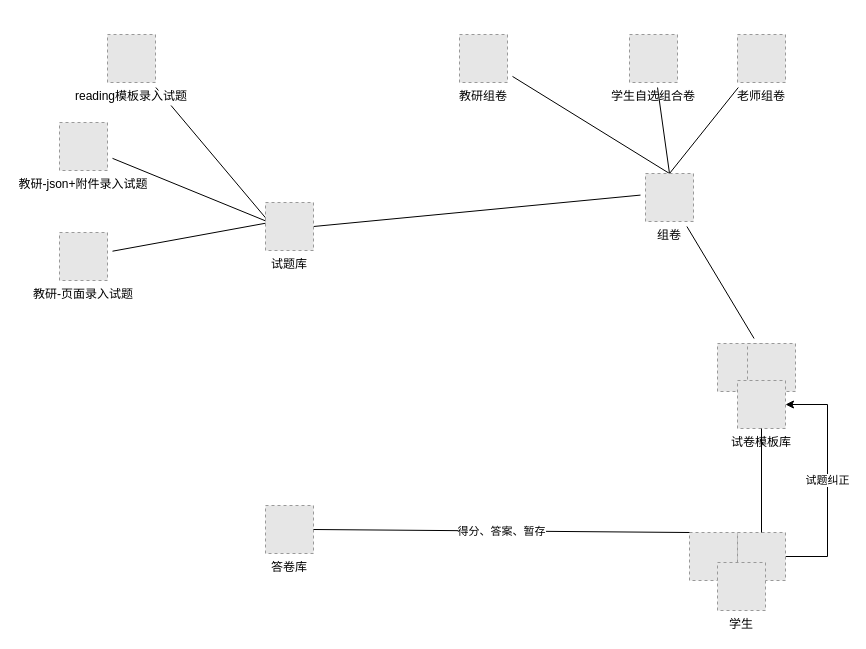
DuFuVeryBusy/Diagram keeps this draw.io diagram as diagram/Untitled Diagram.drawio. Above is the earlier version. Source tidied: cells renumbered, new cells numbered last; positions are measured from the earlier drawing's top-left corner, leaving out a move shared by most shapes. Both pictures are drawn from the tidied source at 100%, with x=0, y=0 at pixel (59, 34). Pictures stored in the file or linked from it are replaced by grey dashed boxes.
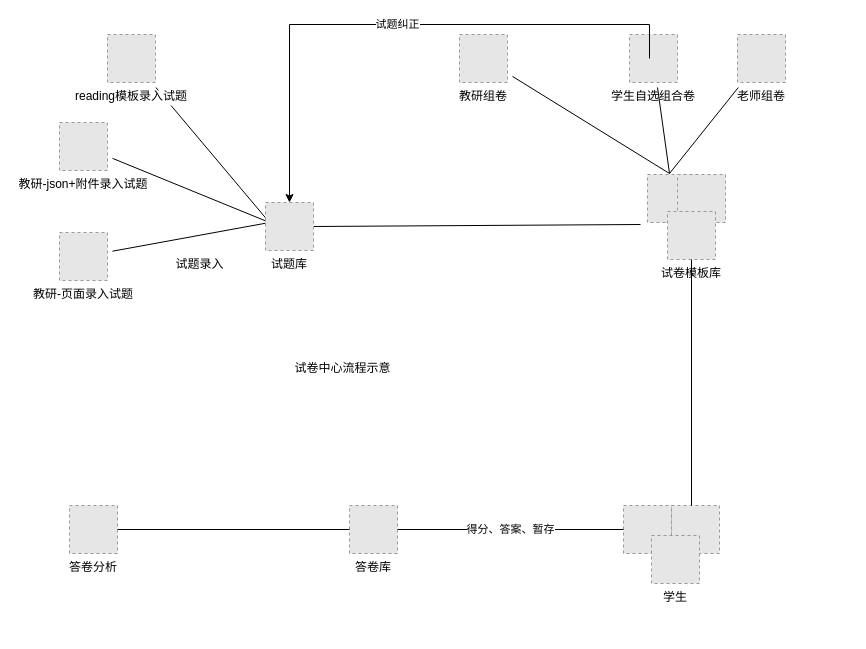
Above is the later version.

Unchanged cells that the change refers to:
```xml
<mxCell id="10" value="老师组卷" style="fillColor=#E6E6E6;strokeColor=#999999;dashed=1;verticalLabelPosition=bottom;verticalAlign=top;labelBackgroundColor=#ffffff;" parent="1" vertex="1">
  <mxGeometry x="678" width="48" height="48" as="geometry" />
</mxCell>
<mxCell id="14" value="试题库" style="fillColor=#E6E6E6;strokeColor=#999999;dashed=1;verticalLabelPosition=bottom;verticalAlign=top;" parent="1" vertex="1">
  <mxGeometry x="206" y="168" width="48" height="48" as="geometry" />
</mxCell>
<mxCell id="16" value="学生自选组合卷" style="fillColor=#E6E6E6;strokeColor=#999999;dashed=1;verticalLabelPosition=bottom;verticalAlign=top;" parent="1" vertex="1">
  <mxGeometry x="570" width="48" height="48" as="geometry" />
</mxCell>
<mxCell id="17" value="教研组卷" style="fillColor=#E6E6E6;strokeColor=#999999;dashed=1;verticalLabelPosition=bottom;verticalAlign=top;labelBackgroundColor=#ffffff;" parent="1" vertex="1">
  <mxGeometry x="400" width="48" height="48" as="geometry" />
</mxCell>
```

What changed in the source:
```diff
@@
-    <mxCell id="2" style="edgeStyle=none;rounded=0;jettySize=auto;html=1;sourcePerimeterSpacing=5;endArrow=none;endFill=0;targetPerimeterSpacing=5;exitX=0.5;exitY=0;exitDx=0;exitDy=0;" parent="1" edge="1" source="15" target="17">
-      <mxGeometry relative="1" as="geometry" />
+    <mxCell id="2" style="edgeStyle=none;rounded=0;jettySize=auto;html=1;sourcePerimeterSpacing=5;endArrow=none;endFill=0;targetPerimeterSpacing=5;exitX=0.5;exitY=0;exitDx=0;exitDy=0;" parent="1" edge="1" target="17">
+      <mxGeometry relative="1" as="geometry">
+        <mxPoint x="610" y="139" as="sourcePoint" />
+      </mxGeometry>
     </mxCell>
-    <mxCell id="3" style="edgeStyle=none;rounded=0;jettySize=auto;html=1;sourcePerimeterSpacing=5;endArrow=none;endFill=0;targetPerimeterSpacing=5;exitX=0.5;exitY=0;exitDx=0;exitDy=0;" parent="1" edge="1" source="15" target="16">
-      <mxGeometry relative="1" as="geometry" />
+    <mxCell id="3" style="edgeStyle=none;rounded=0;jettySize=auto;html=1;sourcePerimeterSpacing=5;endArrow=none;endFill=0;targetPerimeterSpacing=5;exitX=0.5;exitY=0;exitDx=0;exitDy=0;" parent="1" edge="1" target="16">
+      <mxGeometry relative="1" as="geometry">
+        <mxPoint x="610" y="139" as="sourcePoint" />
+      </mxGeometry>
     </mxCell>
-    <mxCell id="4" style="edgeStyle=none;rounded=0;jettySize=auto;html=1;sourcePerimeterSpacing=5;endArrow=none;endFill=0;targetPerimeterSpacing=5;exitX=0.5;exitY=0;exitDx=0;exitDy=0;" parent="1" edge="1" source="15" target="10">
-      <mxGeometry relative="1" as="geometry" />
+    <mxCell id="4" style="edgeStyle=none;rounded=0;jettySize=auto;html=1;sourcePerimeterSpacing=5;endArrow=none;endFill=0;targetPerimeterSpacing=5;exitX=0.5;exitY=0;exitDx=0;exitDy=0;" parent="1" edge="1" target="10">
+      <mxGeometry relative="1" as="geometry">
+        <mxPoint x="610" y="139" as="sourcePoint" />
+      </mxGeometry>
     </mxCell>
-    <mxCell id="5" style="edgeStyle=none;rounded=0;jettySize=auto;html=1;sourcePerimeterSpacing=5;endArrow=none;endFill=0;targetPerimeterSpacing=5;" parent="1" edge="1" source="15" target="19">
-      <mxGeometry relative="1" as="geometry" />
-    </mxCell>
     <mxCell id="6" style="edgeStyle=none;rounded=0;jettySize=auto;html=1;sourcePerimeterSpacing=5;endArrow=none;endFill=0;targetPerimeterSpacing=5;exitX=1;exitY=0.5;exitDx=0;exitDy=0;" parent="1" edge="1" source="14">
       <mxGeometry relative="1" as="geometry">
-        <mxPoint x="581" y="160.6" as="targetPoint" />
+        <mxPoint x="581" y="190" as="targetPoint" />
       </mxGeometry>
     </mxCell>
@@
-    <mxCell id="15" value="组卷" style="fillColor=#E6E6E6;strokeColor=#999999;dashed=1;verticalLabelPosition=bottom;verticalAlign=top;" parent="1" vertex="1">
-      <mxGeometry x="586" y="139" width="48" height="48" as="geometry" />
-    </mxCell>
@@
     <mxCell id="18" style="fillColor=#E6E6E6;strokeColor=#999999;dashed=1;verticalLabelPosition=bottom;verticalAlign=top;" parent="1" vertex="1">
-      <mxGeometry x="658" y="309" width="48" height="48" as="geometry" />
+      <mxGeometry x="588" y="140" width="48" height="48" as="geometry" />
     </mxCell>
     <mxCell id="19" style="fillColor=#E6E6E6;strokeColor=#999999;dashed=1;verticalLabelPosition=bottom;verticalAlign=top;" parent="1" vertex="1">
-      <mxGeometry x="688" y="309" width="48" height="48" as="geometry" />
+      <mxGeometry x="618" y="140" width="48" height="48" as="geometry" />
     </mxCell>
     <mxCell id="20" value="试卷模板库" style="fillColor=#E6E6E6;strokeColor=#999999;dashed=1;verticalLabelPosition=bottom;verticalAlign=top;" parent="1" vertex="1">
-      <mxGeometry x="678" y="346" width="48" height="48" as="geometry" />
+      <mxGeometry x="608" y="177" width="48" height="48" as="geometry" />
     </mxCell>
     <mxCell id="21" style="fillColor=#E6E6E6;strokeColor=#999999;dashed=1;verticalLabelPosition=bottom;verticalAlign=top;" parent="1" vertex="1">
-      <mxGeometry x="630" y="498" width="48" height="48" as="geometry" />
+      <mxGeometry x="564" y="471" width="48" height="48" as="geometry" />
     </mxCell>
-    <mxCell id="22" value="试题纠正" style="edgeStyle=orthogonalEdgeStyle;rounded=0;jettySize=auto;html=1;" parent="1" edge="1" source="23" target="20">
+    <mxCell id="22" value="试题纠正" style="edgeStyle=orthogonalEdgeStyle;rounded=0;jettySize=auto;html=1;entryX=0.5;entryY=0;entryDx=0;entryDy=0;" parent="1" edge="1" target="14">
       <mxGeometry relative="1" as="geometry">
+        <mxPoint x="590" y="24" as="sourcePoint" />
         <Array as="points">
-          <mxPoint x="768" y="522" />
-          <mxPoint x="768" y="370" />
+          <mxPoint x="590" y="-10" />
+          <mxPoint x="230" y="-10" />
         </Array>
       </mxGeometry>
     </mxCell>
     <mxCell id="23" style="fillColor=#E6E6E6;strokeColor=#999999;dashed=1;verticalLabelPosition=bottom;verticalAlign=top;" parent="1" vertex="1">
-      <mxGeometry x="678" y="498" width="48" height="48" as="geometry" />
+      <mxGeometry x="612" y="471" width="48" height="48" as="geometry" />
     </mxCell>
     <mxCell id="24" value="学生" style="fillColor=#E6E6E6;strokeColor=#999999;dashed=1;verticalLabelPosition=bottom;verticalAlign=top;" parent="1" vertex="1">
-      <mxGeometry x="658" y="528" width="48" height="48" as="geometry" />
+      <mxGeometry x="592" y="501" width="48" height="48" as="geometry" />
     </mxCell>
-    <mxCell id="25" style="edgeStyle=none;rounded=0;jettySize=auto;html=1;sourcePerimeterSpacing=5;endArrow=none;endFill=0;targetPerimeterSpacing=5;entryX=0.5;entryY=1;entryDx=0;entryDy=0;exitX=0.5;exitY=0;exitDx=0;exitDy=0;" parent="1" edge="1" source="23" target="20">
-      <mxGeometry relative="1" as="geometry" />
+    <mxCell id="25" style="edgeStyle=none;rounded=0;jettySize=auto;html=1;sourcePerimeterSpacing=5;endArrow=none;endFill=0;targetPerimeterSpacing=5;entryX=0.5;entryY=1;entryDx=0;entryDy=0;" parent="1" edge="1" target="20">
+      <mxGeometry relative="1" as="geometry">
+        <mxPoint x="632" y="471" as="sourcePoint" />
+      </mxGeometry>
     </mxCell>
     <mxCell id="26" value="答卷库" style="fillColor=#E6E6E6;strokeColor=#999999;dashed=1;verticalLabelPosition=bottom;verticalAlign=top;" parent="1" vertex="1">
-      <mxGeometry x="206" y="471" width="48" height="48" as="geometry" />
+      <mxGeometry x="290" y="471" width="48" height="48" as="geometry" />
     </mxCell>
-    <mxCell id="27" value="得分、答案、暂存" style="edgeStyle=none;rounded=0;jettySize=auto;html=1;sourcePerimeterSpacing=5;endArrow=none;endFill=0;targetPerimeterSpacing=5;entryX=1;entryY=0.5;entryDx=0;entryDy=0;exitX=0;exitY=0;exitDx=0;exitDy=0;" parent="1" edge="1" source="21" target="26">
+    <mxCell id="27" value="得分、答案、暂存" style="edgeStyle=none;rounded=0;jettySize=auto;html=1;sourcePerimeterSpacing=5;endArrow=none;endFill=0;targetPerimeterSpacing=5;entryX=1;entryY=0.5;entryDx=0;entryDy=0;exitX=0;exitY=0.5;exitDx=0;exitDy=0;" parent="1" edge="1" source="21" target="26">
       <mxGeometry relative="1" as="geometry" />
     </mxCell>
+    <mxCell id="28" value="答卷分析" style="fillColor=#E6E6E6;strokeColor=#999999;dashed=1;verticalLabelPosition=bottom;verticalAlign=top;" parent="1" vertex="1">
+      <mxGeometry x="10" y="471" width="48" height="48" as="geometry" />
+    </mxCell>
+    <mxCell id="29" style="edgeStyle=none;rounded=0;jettySize=auto;html=1;sourcePerimeterSpacing=5;endArrow=none;endFill=0;targetPerimeterSpacing=5;exitX=1;exitY=0.5;exitDx=0;exitDy=0;entryX=0;entryY=0.5;entryDx=0;entryDy=0;" parent="1" edge="1" source="28" target="26">
+      <mxGeometry relative="1" as="geometry" />
+    </mxCell>
+    <mxCell id="30" value="试题录入" style="text;html=1;align=center;verticalAlign=middle;" parent="1" vertex="1">
+      <mxGeometry x="110" y="220" width="60" height="20" as="geometry" />
+    </mxCell>
+    <mxCell id="31" value="试卷中心流程示意" style="text;html=1;align=center;verticalAlign=middle;" parent="1" vertex="1">
+      <mxGeometry x="228" y="324" width="110" height="20" as="geometry" />
+    </mxCell>
```
